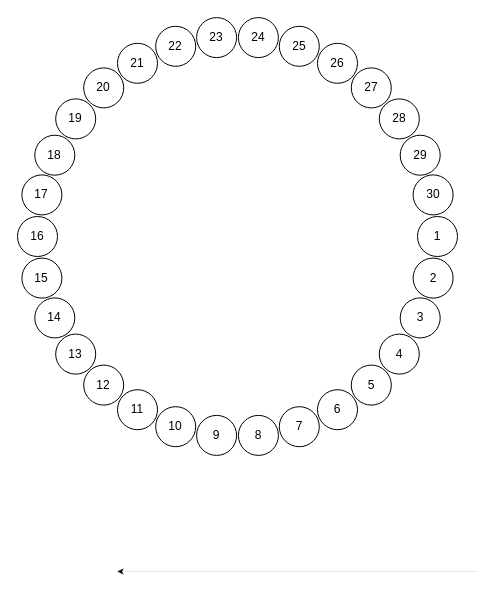
Above: leaf.drawio in roleecorn/drawio (draw.io), before the change. Source tidied: cells renumbered, new cells numbered last; positions are measured from the earlier drawing's top-left corner, leaving out a move shared by most shapes. Both pictures are drawn from the tidied source at 100%, with x=0, y=0 at pixel (17, 17).
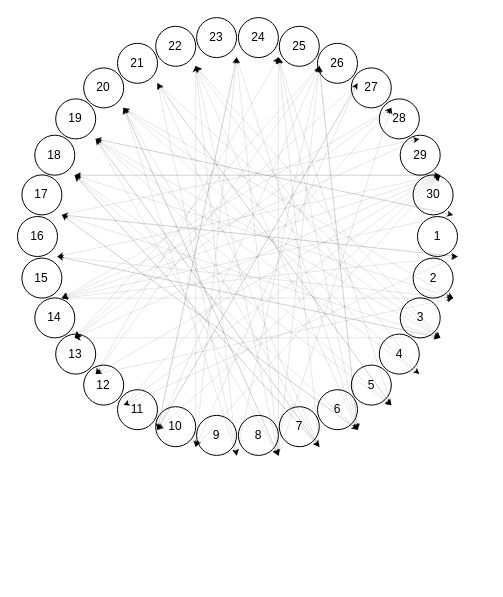
The same diagram, later.

Change to the diagram source:
```diff
@@
-    <mxCell id="33" style="endArrow=classic;html=1;rounded=0;strokeWidth=0;" parent="1" edge="1">
-      <mxGeometry relative="1" as="geometry">
-        <mxPoint x="460" y="554" as="sourcePoint" />
-        <mxPoint x="100" y="554" as="targetPoint" />
-      </mxGeometry>
-    </mxCell>
+    <mxCell id="34" style="endArrow=classic;html=1;rounded=0;strokeWidth=0;" parent="1" edge="1">
+      <mxGeometry relative="1" as="geometry">
+        <mxPoint x="440" y="239" as="sourcePoint" />
+        <mxPoint x="44.4" y="197.4" as="targetPoint" />
+      </mxGeometry>
+    </mxCell>
+    <mxCell id="35" style="endArrow=classic;html=1;rounded=0;strokeWidth=0;" parent="1" edge="1">
+      <mxGeometry relative="1" as="geometry">
+        <mxPoint x="440" y="239" as="sourcePoint" />
+        <mxPoint x="106.2" y="387.6" as="targetPoint" />
+      </mxGeometry>
+    </mxCell>
+    <mxCell id="36" style="endArrow=classic;html=1;rounded=0;strokeWidth=0;" parent="1" edge="1">
+      <mxGeometry relative="1" as="geometry">
+        <mxPoint x="435.6" y="280.6" as="sourcePoint" />
+        <mxPoint x="57.3" y="157.7" as="targetPoint" />
+      </mxGeometry>
+    </mxCell>
+    <mxCell id="37" style="endArrow=classic;html=1;rounded=0;strokeWidth=0;" parent="1" edge="1">
+      <mxGeometry relative="1" as="geometry">
+        <mxPoint x="422.7" y="320.3" as="sourcePoint" />
+        <mxPoint x="106.2" y="90.4" as="targetPoint" />
+      </mxGeometry>
+    </mxCell>
+    <mxCell id="38" style="endArrow=classic;html=1;rounded=0;strokeWidth=0;" parent="1" edge="1">
+      <mxGeometry relative="1" as="geometry">
+        <mxPoint x="422.7" y="320.3" as="sourcePoint" />
+        <mxPoint x="40" y="239" as="targetPoint" />
+      </mxGeometry>
+    </mxCell>
+    <mxCell id="39" style="endArrow=classic;html=1;rounded=0;strokeWidth=0;" parent="1" edge="1">
+      <mxGeometry relative="1" as="geometry">
+        <mxPoint x="422.7" y="320.3" as="sourcePoint" />
+        <mxPoint x="178.2" y="48.8" as="targetPoint" />
+      </mxGeometry>
+    </mxCell>
+    <mxCell id="40" style="endArrow=classic;html=1;rounded=0;strokeWidth=0;" parent="1" edge="1">
+      <mxGeometry relative="1" as="geometry">
+        <mxPoint x="422.7" y="320.3" as="sourcePoint" />
+        <mxPoint x="57.3" y="320.3" as="targetPoint" />
+      </mxGeometry>
+    </mxCell>
+    <mxCell id="41" style="endArrow=classic;html=1;rounded=0;strokeWidth=0;" parent="1" edge="1">
+      <mxGeometry relative="1" as="geometry">
+        <mxPoint x="401.8" y="356.6" as="sourcePoint" />
+        <mxPoint x="78.2" y="121.4" as="targetPoint" />
+      </mxGeometry>
+    </mxCell>
+    <mxCell id="42" style="endArrow=classic;html=1;rounded=0;strokeWidth=0;" parent="1" edge="1">
+      <mxGeometry relative="1" as="geometry">
+        <mxPoint x="401.8" y="356.6" as="sourcePoint" />
+        <mxPoint x="178.2" y="48.8" as="targetPoint" />
+      </mxGeometry>
+    </mxCell>
+    <mxCell id="43" style="endArrow=classic;html=1;rounded=0;strokeWidth=0;" parent="1" edge="1">
+      <mxGeometry relative="1" as="geometry">
+        <mxPoint x="373.8" y="387.6" as="sourcePoint" />
+        <mxPoint x="140" y="65.8" as="targetPoint" />
+      </mxGeometry>
+    </mxCell>
+    <mxCell id="44" style="endArrow=classic;html=1;rounded=0;strokeWidth=0;" parent="1" edge="1">
+      <mxGeometry relative="1" as="geometry">
+        <mxPoint x="373.8" y="387.6" as="sourcePoint" />
+        <mxPoint x="260.9" y="40.1" as="targetPoint" />
+      </mxGeometry>
+    </mxCell>
+    <mxCell id="45" style="endArrow=classic;html=1;rounded=0;strokeWidth=0;" parent="1" edge="1">
+      <mxGeometry relative="1" as="geometry">
+        <mxPoint x="340" y="412.2" as="sourcePoint" />
+        <mxPoint x="260.9" y="40.1" as="targetPoint" />
+      </mxGeometry>
+    </mxCell>
+    <mxCell id="46" style="endArrow=classic;html=1;rounded=0;strokeWidth=0;" parent="1" edge="1">
+      <mxGeometry relative="1" as="geometry">
+        <mxPoint x="340" y="412.2" as="sourcePoint" />
+        <mxPoint x="57.3" y="157.7" as="targetPoint" />
+      </mxGeometry>
+    </mxCell>
+    <mxCell id="47" style="endArrow=classic;html=1;rounded=0;strokeWidth=0;" parent="1" edge="1">
+      <mxGeometry relative="1" as="geometry">
+        <mxPoint x="340" y="412.2" as="sourcePoint" />
+        <mxPoint x="301.8" y="48.8" as="targetPoint" />
+      </mxGeometry>
+    </mxCell>
+    <mxCell id="48" style="endArrow=classic;html=1;rounded=0;strokeWidth=0;" parent="1" edge="1">
+      <mxGeometry relative="1" as="geometry">
+        <mxPoint x="340" y="412.2" as="sourcePoint" />
+        <mxPoint x="44.4" y="197.4" as="targetPoint" />
+      </mxGeometry>
+    </mxCell>
+    <mxCell id="49" style="endArrow=classic;html=1;rounded=0;strokeWidth=0;" parent="1" edge="1">
+      <mxGeometry relative="1" as="geometry">
+        <mxPoint x="301.8" y="429.2" as="sourcePoint" />
+        <mxPoint x="140" y="65.8" as="targetPoint" />
+      </mxGeometry>
+    </mxCell>
+    <mxCell id="50" style="endArrow=classic;html=1;rounded=0;strokeWidth=0;" parent="1" edge="1">
+      <mxGeometry relative="1" as="geometry">
+        <mxPoint x="301.8" y="429.2" as="sourcePoint" />
+        <mxPoint x="260.9" y="40.1" as="targetPoint" />
+      </mxGeometry>
+    </mxCell>
+    <mxCell id="51" style="endArrow=classic;html=1;rounded=0;strokeWidth=0;" parent="1" edge="1">
+      <mxGeometry relative="1" as="geometry">
+        <mxPoint x="301.8" y="429.2" as="sourcePoint" />
+        <mxPoint x="106.2" y="90.4" as="targetPoint" />
+      </mxGeometry>
+    </mxCell>
+    <mxCell id="52" style="endArrow=classic;html=1;rounded=0;strokeWidth=0;" parent="1" edge="1">
+      <mxGeometry relative="1" as="geometry">
+        <mxPoint x="301.8" y="429.2" as="sourcePoint" />
+        <mxPoint x="78.2" y="121.4" as="targetPoint" />
+      </mxGeometry>
+    </mxCell>
+    <mxCell id="53" style="endArrow=classic;html=1;rounded=0;strokeWidth=0;" parent="1" edge="1">
+      <mxGeometry relative="1" as="geometry">
+        <mxPoint x="301.8" y="429.2" as="sourcePoint" />
+        <mxPoint x="57.3" y="157.7" as="targetPoint" />
+      </mxGeometry>
+    </mxCell>
+    <mxCell id="54" style="endArrow=classic;html=1;rounded=0;strokeWidth=0;" parent="1" edge="1">
+      <mxGeometry relative="1" as="geometry">
+        <mxPoint x="260.9" y="437.9" as="sourcePoint" />
+        <mxPoint x="219.1" y="40.1" as="targetPoint" />
+      </mxGeometry>
+    </mxCell>
+    <mxCell id="55" style="endArrow=classic;html=1;rounded=0;strokeWidth=0;" parent="1" edge="1">
+      <mxGeometry relative="1" as="geometry">
+        <mxPoint x="260.9" y="437.9" as="sourcePoint" />
+        <mxPoint x="260.9" y="40.1" as="targetPoint" />
+      </mxGeometry>
+    </mxCell>
+    <mxCell id="56" style="endArrow=classic;html=1;rounded=0;strokeWidth=0;" parent="1" edge="1">
+      <mxGeometry relative="1" as="geometry">
+        <mxPoint x="260.9" y="437.9" as="sourcePoint" />
+        <mxPoint x="301.8" y="48.8" as="targetPoint" />
+      </mxGeometry>
+    </mxCell>
+    <mxCell id="57" style="endArrow=classic;html=1;rounded=0;strokeWidth=0;" parent="1" edge="1">
+      <mxGeometry relative="1" as="geometry">
+        <mxPoint x="260.9" y="437.9" as="sourcePoint" />
+        <mxPoint x="106.2" y="90.4" as="targetPoint" />
+      </mxGeometry>
+    </mxCell>
+    <mxCell id="58" style="endArrow=classic;html=1;rounded=0;strokeWidth=0;" parent="1" edge="1">
+      <mxGeometry relative="1" as="geometry">
+        <mxPoint x="260.9" y="437.9" as="sourcePoint" />
+        <mxPoint x="373.8" y="90.4" as="targetPoint" />
+      </mxGeometry>
+    </mxCell>
+    <mxCell id="59" style="endArrow=classic;html=1;rounded=0;strokeWidth=0;" parent="1" edge="1">
+      <mxGeometry relative="1" as="geometry">
+        <mxPoint x="219.1" y="437.9" as="sourcePoint" />
+        <mxPoint x="301.8" y="48.8" as="targetPoint" />
+      </mxGeometry>
+    </mxCell>
+    <mxCell id="60" style="endArrow=classic;html=1;rounded=0;strokeWidth=0;" parent="1" edge="1">
+      <mxGeometry relative="1" as="geometry">
+        <mxPoint x="219.1" y="437.9" as="sourcePoint" />
+        <mxPoint x="106.2" y="90.4" as="targetPoint" />
+      </mxGeometry>
+    </mxCell>
+    <mxCell id="61" style="endArrow=classic;html=1;rounded=0;strokeWidth=0;" parent="1" edge="1">
+      <mxGeometry relative="1" as="geometry">
+        <mxPoint x="178.2" y="429.2" as="sourcePoint" />
+        <mxPoint x="178.2" y="48.8" as="targetPoint" />
+      </mxGeometry>
+    </mxCell>
+    <mxCell id="62" style="endArrow=classic;html=1;rounded=0;strokeWidth=0;" parent="1" edge="1">
+      <mxGeometry relative="1" as="geometry">
+        <mxPoint x="178.2" y="429.2" as="sourcePoint" />
+        <mxPoint x="422.7" y="157.7" as="targetPoint" />
+      </mxGeometry>
+    </mxCell>
+    <mxCell id="63" style="endArrow=classic;html=1;rounded=0;strokeWidth=0;" parent="1" edge="1">
+      <mxGeometry relative="1" as="geometry">
+        <mxPoint x="140" y="412.2" as="sourcePoint" />
+        <mxPoint x="340" y="65.8" as="targetPoint" />
+      </mxGeometry>
+    </mxCell>
+    <mxCell id="64" style="endArrow=classic;html=1;rounded=0;strokeWidth=0;" parent="1" edge="1">
+      <mxGeometry relative="1" as="geometry">
+        <mxPoint x="140" y="412.2" as="sourcePoint" />
+        <mxPoint x="301.8" y="48.8" as="targetPoint" />
+      </mxGeometry>
+    </mxCell>
+    <mxCell id="65" style="endArrow=classic;html=1;rounded=0;strokeWidth=0;" parent="1" edge="1">
+      <mxGeometry relative="1" as="geometry">
+        <mxPoint x="140" y="412.2" as="sourcePoint" />
+        <mxPoint x="219.1" y="40.1" as="targetPoint" />
+      </mxGeometry>
+    </mxCell>
+    <mxCell id="66" style="endArrow=classic;html=1;rounded=0;strokeWidth=0;" parent="1" edge="1">
+      <mxGeometry relative="1" as="geometry">
+        <mxPoint x="106.2" y="387.6" as="sourcePoint" />
+        <mxPoint x="373.8" y="90.4" as="targetPoint" />
+      </mxGeometry>
+    </mxCell>
+    <mxCell id="67" style="endArrow=classic;html=1;rounded=0;strokeWidth=0;" parent="1" edge="1">
+      <mxGeometry relative="1" as="geometry">
+        <mxPoint x="106.2" y="387.6" as="sourcePoint" />
+        <mxPoint x="422.7" y="157.7" as="targetPoint" />
+      </mxGeometry>
+    </mxCell>
+    <mxCell id="68" style="endArrow=classic;html=1;rounded=0;strokeWidth=0;" parent="1" edge="1">
+      <mxGeometry relative="1" as="geometry">
+        <mxPoint x="78.2" y="356.6" as="sourcePoint" />
+        <mxPoint x="435.6" y="280.6" as="targetPoint" />
+      </mxGeometry>
+    </mxCell>
+    <mxCell id="69" style="endArrow=classic;html=1;rounded=0;strokeWidth=0;" parent="1" edge="1">
+      <mxGeometry relative="1" as="geometry">
+        <mxPoint x="78.2" y="356.6" as="sourcePoint" />
+        <mxPoint x="260.9" y="40.1" as="targetPoint" />
+      </mxGeometry>
+    </mxCell>
+    <mxCell id="70" style="endArrow=classic;html=1;rounded=0;strokeWidth=0;" parent="1" edge="1">
+      <mxGeometry relative="1" as="geometry">
+        <mxPoint x="57.3" y="320.3" as="sourcePoint" />
+        <mxPoint x="422.7" y="157.7" as="targetPoint" />
+      </mxGeometry>
+    </mxCell>
+    <mxCell id="71" style="endArrow=classic;html=1;rounded=0;strokeWidth=0;" parent="1" edge="1">
+      <mxGeometry relative="1" as="geometry">
+        <mxPoint x="44.4" y="280.6" as="sourcePoint" />
+        <mxPoint x="440" y="239" as="targetPoint" />
+      </mxGeometry>
+    </mxCell>
+    <mxCell id="72" style="endArrow=classic;html=1;rounded=0;strokeWidth=0;" parent="1" edge="1">
+      <mxGeometry relative="1" as="geometry">
+        <mxPoint x="44.4" y="280.6" as="sourcePoint" />
+        <mxPoint x="435.6" y="280.6" as="targetPoint" />
+      </mxGeometry>
+    </mxCell>
+    <mxCell id="73" style="endArrow=classic;html=1;rounded=0;strokeWidth=0;" parent="1" edge="1">
+      <mxGeometry relative="1" as="geometry">
+        <mxPoint x="40" y="239" as="sourcePoint" />
+        <mxPoint x="435.6" y="280.6" as="targetPoint" />
+      </mxGeometry>
+    </mxCell>
+    <mxCell id="74" style="endArrow=classic;html=1;rounded=0;strokeWidth=0;" parent="1" edge="1">
+      <mxGeometry relative="1" as="geometry">
+        <mxPoint x="40" y="239" as="sourcePoint" />
+        <mxPoint x="422.7" y="320.3" as="targetPoint" />
+      </mxGeometry>
+    </mxCell>
+    <mxCell id="75" style="endArrow=classic;html=1;rounded=0;strokeWidth=0;" parent="1" edge="1">
+      <mxGeometry relative="1" as="geometry">
+        <mxPoint x="44.4" y="197.4" as="sourcePoint" />
+        <mxPoint x="440" y="239" as="targetPoint" />
+      </mxGeometry>
+    </mxCell>
+    <mxCell id="76" style="endArrow=classic;html=1;rounded=0;strokeWidth=0;" parent="1" edge="1">
+      <mxGeometry relative="1" as="geometry">
+        <mxPoint x="44.4" y="197.4" as="sourcePoint" />
+        <mxPoint x="422.7" y="320.3" as="targetPoint" />
+      </mxGeometry>
+    </mxCell>
+    <mxCell id="77" style="endArrow=classic;html=1;rounded=0;strokeWidth=0;" parent="1" edge="1">
+      <mxGeometry relative="1" as="geometry">
+        <mxPoint x="44.4" y="197.4" as="sourcePoint" />
+        <mxPoint x="401.8" y="121.4" as="targetPoint" />
+      </mxGeometry>
+    </mxCell>
+    <mxCell id="78" style="endArrow=classic;html=1;rounded=0;strokeWidth=0;" parent="1" edge="1">
+      <mxGeometry relative="1" as="geometry">
+        <mxPoint x="44.4" y="197.4" as="sourcePoint" />
+        <mxPoint x="340" y="412.2" as="targetPoint" />
+      </mxGeometry>
+    </mxCell>
+    <mxCell id="79" style="endArrow=classic;html=1;rounded=0;strokeWidth=0;" parent="1" edge="1">
+      <mxGeometry relative="1" as="geometry">
+        <mxPoint x="57.3" y="157.7" as="sourcePoint" />
+        <mxPoint x="373.8" y="387.6" as="targetPoint" />
+      </mxGeometry>
+    </mxCell>
+    <mxCell id="80" style="endArrow=classic;html=1;rounded=0;strokeWidth=0;" parent="1" edge="1">
+      <mxGeometry relative="1" as="geometry">
+        <mxPoint x="57.3" y="157.7" as="sourcePoint" />
+        <mxPoint x="301.8" y="429.2" as="targetPoint" />
+      </mxGeometry>
+    </mxCell>
+    <mxCell id="81" style="endArrow=classic;html=1;rounded=0;strokeWidth=0;" parent="1" edge="1">
+      <mxGeometry relative="1" as="geometry">
+        <mxPoint x="57.3" y="157.7" as="sourcePoint" />
+        <mxPoint x="422.7" y="157.7" as="targetPoint" />
+      </mxGeometry>
+    </mxCell>
+    <mxCell id="82" style="endArrow=classic;html=1;rounded=0;strokeWidth=0;" parent="1" edge="1">
+      <mxGeometry relative="1" as="geometry">
+        <mxPoint x="78.2" y="121.4" as="sourcePoint" />
+        <mxPoint x="373.8" y="387.6" as="targetPoint" />
+      </mxGeometry>
+    </mxCell>
+    <mxCell id="83" style="endArrow=classic;html=1;rounded=0;strokeWidth=0;" parent="1" edge="1">
+      <mxGeometry relative="1" as="geometry">
+        <mxPoint x="78.2" y="121.4" as="sourcePoint" />
+        <mxPoint x="422.7" y="320.3" as="targetPoint" />
+      </mxGeometry>
+    </mxCell>
+    <mxCell id="84" style="endArrow=classic;html=1;rounded=0;strokeWidth=0;" parent="1" edge="1">
+      <mxGeometry relative="1" as="geometry">
+        <mxPoint x="78.2" y="121.4" as="sourcePoint" />
+        <mxPoint x="301.8" y="429.2" as="targetPoint" />
+      </mxGeometry>
+    </mxCell>
+    <mxCell id="85" style="endArrow=classic;html=1;rounded=0;strokeWidth=0;" parent="1" edge="1">
+      <mxGeometry relative="1" as="geometry">
+        <mxPoint x="78.2" y="121.4" as="sourcePoint" />
+        <mxPoint x="435.6" y="197.4" as="targetPoint" />
+      </mxGeometry>
+    </mxCell>
+    <mxCell id="86" style="endArrow=classic;html=1;rounded=0;strokeWidth=0;" parent="1" edge="1">
+      <mxGeometry relative="1" as="geometry">
+        <mxPoint x="78.2" y="121.4" as="sourcePoint" />
+        <mxPoint x="260.9" y="437.9" as="targetPoint" />
+      </mxGeometry>
+    </mxCell>
+    <mxCell id="87" style="endArrow=classic;html=1;rounded=0;strokeWidth=0;" parent="1" edge="1">
+      <mxGeometry relative="1" as="geometry">
+        <mxPoint x="106.2" y="90.4" as="sourcePoint" />
+        <mxPoint x="401.8" y="356.6" as="targetPoint" />
+      </mxGeometry>
+    </mxCell>
+    <mxCell id="88" style="endArrow=classic;html=1;rounded=0;strokeWidth=0;" parent="1" edge="1">
+      <mxGeometry relative="1" as="geometry">
+        <mxPoint x="106.2" y="90.4" as="sourcePoint" />
+        <mxPoint x="260.9" y="437.9" as="targetPoint" />
+      </mxGeometry>
+    </mxCell>
+    <mxCell id="89" style="endArrow=classic;html=1;rounded=0;strokeWidth=0;" parent="1" edge="1">
+      <mxGeometry relative="1" as="geometry">
+        <mxPoint x="106.2" y="90.4" as="sourcePoint" />
+        <mxPoint x="435.6" y="280.6" as="targetPoint" />
+      </mxGeometry>
+    </mxCell>
+    <mxCell id="90" style="endArrow=classic;html=1;rounded=0;strokeWidth=0;" parent="1" edge="1">
+      <mxGeometry relative="1" as="geometry">
+        <mxPoint x="140" y="65.8" as="sourcePoint" />
+        <mxPoint x="373.8" y="387.6" as="targetPoint" />
+      </mxGeometry>
+    </mxCell>
+    <mxCell id="91" style="endArrow=classic;html=1;rounded=0;strokeWidth=0;" parent="1" edge="1">
+      <mxGeometry relative="1" as="geometry">
+        <mxPoint x="140" y="65.8" as="sourcePoint" />
+        <mxPoint x="219.1" y="437.9" as="targetPoint" />
+      </mxGeometry>
+    </mxCell>
+    <mxCell id="92" style="endArrow=classic;html=1;rounded=0;strokeWidth=0;" parent="1" edge="1">
+      <mxGeometry relative="1" as="geometry">
+        <mxPoint x="140" y="65.8" as="sourcePoint" />
+        <mxPoint x="422.7" y="320.3" as="targetPoint" />
+      </mxGeometry>
+    </mxCell>
+    <mxCell id="93" style="endArrow=classic;html=1;rounded=0;strokeWidth=0;" parent="1" edge="1">
+      <mxGeometry relative="1" as="geometry">
+        <mxPoint x="178.2" y="48.8" as="sourcePoint" />
+        <mxPoint x="260.9" y="437.9" as="targetPoint" />
+      </mxGeometry>
+    </mxCell>
+    <mxCell id="94" style="endArrow=classic;html=1;rounded=0;strokeWidth=0;" parent="1" edge="1">
+      <mxGeometry relative="1" as="geometry">
+        <mxPoint x="178.2" y="48.8" as="sourcePoint" />
+        <mxPoint x="340" y="412.2" as="targetPoint" />
+      </mxGeometry>
+    </mxCell>
+    <mxCell id="95" style="endArrow=classic;html=1;rounded=0;strokeWidth=0;" parent="1" edge="1">
+      <mxGeometry relative="1" as="geometry">
+        <mxPoint x="178.2" y="48.8" as="sourcePoint" />
+        <mxPoint x="219.1" y="437.9" as="targetPoint" />
+      </mxGeometry>
+    </mxCell>
+    <mxCell id="96" style="endArrow=classic;html=1;rounded=0;strokeWidth=0;" parent="1" edge="1">
+      <mxGeometry relative="1" as="geometry">
+        <mxPoint x="219.1" y="40.1" as="sourcePoint" />
+        <mxPoint x="178.2" y="429.2" as="targetPoint" />
+      </mxGeometry>
+    </mxCell>
+    <mxCell id="97" style="endArrow=classic;html=1;rounded=0;strokeWidth=0;" parent="1" edge="1">
+      <mxGeometry relative="1" as="geometry">
+        <mxPoint x="219.1" y="40.1" as="sourcePoint" />
+        <mxPoint x="340" y="412.2" as="targetPoint" />
+      </mxGeometry>
+    </mxCell>
+    <mxCell id="98" style="endArrow=classic;html=1;rounded=0;strokeWidth=0;" parent="1" edge="1">
+      <mxGeometry relative="1" as="geometry">
+        <mxPoint x="219.1" y="40.1" as="sourcePoint" />
+        <mxPoint x="140" y="412.2" as="targetPoint" />
+      </mxGeometry>
+    </mxCell>
+    <mxCell id="99" style="endArrow=classic;html=1;rounded=0;strokeWidth=0;" parent="1" edge="1">
+      <mxGeometry relative="1" as="geometry">
+        <mxPoint x="301.8" y="48.8" as="sourcePoint" />
+        <mxPoint x="78.2" y="356.6" as="targetPoint" />
+      </mxGeometry>
+    </mxCell>
+    <mxCell id="100" style="endArrow=classic;html=1;rounded=0;strokeWidth=0;" parent="1" edge="1">
+      <mxGeometry relative="1" as="geometry">
+        <mxPoint x="301.8" y="48.8" as="sourcePoint" />
+        <mxPoint x="57.3" y="320.3" as="targetPoint" />
+      </mxGeometry>
+    </mxCell>
+    <mxCell id="101" style="endArrow=classic;html=1;rounded=0;strokeWidth=0;" parent="1" edge="1">
+      <mxGeometry relative="1" as="geometry">
+        <mxPoint x="301.8" y="48.8" as="sourcePoint" />
+        <mxPoint x="340" y="412.2" as="targetPoint" />
+      </mxGeometry>
+    </mxCell>
+    <mxCell id="102" style="endArrow=classic;html=1;rounded=0;strokeWidth=0;" parent="1" edge="1">
+      <mxGeometry relative="1" as="geometry">
+        <mxPoint x="340" y="65.8" as="sourcePoint" />
+        <mxPoint x="140" y="412.2" as="targetPoint" />
+      </mxGeometry>
+    </mxCell>
+    <mxCell id="103" style="endArrow=classic;html=1;rounded=0;strokeWidth=0;" parent="1" edge="1">
+      <mxGeometry relative="1" as="geometry">
+        <mxPoint x="340" y="65.8" as="sourcePoint" />
+        <mxPoint x="178.2" y="429.2" as="targetPoint" />
+      </mxGeometry>
+    </mxCell>
+    <mxCell id="104" style="endArrow=classic;html=1;rounded=0;strokeWidth=0;" parent="1" edge="1">
+      <mxGeometry relative="1" as="geometry">
+        <mxPoint x="340" y="65.8" as="sourcePoint" />
+        <mxPoint x="57.3" y="320.3" as="targetPoint" />
+      </mxGeometry>
+    </mxCell>
+    <mxCell id="105" style="endArrow=classic;html=1;rounded=0;strokeWidth=0;" parent="1" edge="1">
+      <mxGeometry relative="1" as="geometry">
+        <mxPoint x="373.8" y="90.4" as="sourcePoint" />
+        <mxPoint x="57.3" y="320.3" as="targetPoint" />
+      </mxGeometry>
+    </mxCell>
+    <mxCell id="106" style="endArrow=classic;html=1;rounded=0;strokeWidth=0;" parent="1" edge="1">
+      <mxGeometry relative="1" as="geometry">
+        <mxPoint x="373.8" y="90.4" as="sourcePoint" />
+        <mxPoint x="44.4" y="280.6" as="targetPoint" />
+      </mxGeometry>
+    </mxCell>
+    <mxCell id="107" style="endArrow=classic;html=1;rounded=0;strokeWidth=0;" parent="1" edge="1">
+      <mxGeometry relative="1" as="geometry">
+        <mxPoint x="401.8" y="121.4" as="sourcePoint" />
+        <mxPoint x="44.4" y="280.6" as="targetPoint" />
+      </mxGeometry>
+    </mxCell>
+    <mxCell id="108" style="endArrow=classic;html=1;rounded=0;strokeWidth=0;" parent="1" edge="1">
+      <mxGeometry relative="1" as="geometry">
+        <mxPoint x="422.7" y="157.7" as="sourcePoint" />
+        <mxPoint x="44.4" y="280.6" as="targetPoint" />
+      </mxGeometry>
+    </mxCell>
+    <mxCell id="109" style="endArrow=classic;html=1;rounded=0;strokeWidth=0;" parent="1" edge="1">
+      <mxGeometry relative="1" as="geometry">
+        <mxPoint x="422.7" y="157.7" as="sourcePoint" />
+        <mxPoint x="78.2" y="356.6" as="targetPoint" />
+      </mxGeometry>
+    </mxCell>
+    <mxCell id="110" style="endArrow=classic;html=1;rounded=0;strokeWidth=0;" parent="1" edge="1">
+      <mxGeometry relative="1" as="geometry">
+        <mxPoint x="422.7" y="157.7" as="sourcePoint" />
+        <mxPoint x="40" y="239" as="targetPoint" />
+      </mxGeometry>
+    </mxCell>
+    <mxCell id="111" style="endArrow=classic;html=1;rounded=0;strokeWidth=0;" parent="1" edge="1">
+      <mxGeometry relative="1" as="geometry">
+        <mxPoint x="422.7" y="157.7" as="sourcePoint" />
+        <mxPoint x="140" y="412.2" as="targetPoint" />
+      </mxGeometry>
+    </mxCell>
+    <mxCell id="112" style="endArrow=classic;html=1;rounded=0;strokeWidth=0;" parent="1" edge="1">
+      <mxGeometry relative="1" as="geometry">
+        <mxPoint x="422.7" y="157.7" as="sourcePoint" />
+        <mxPoint x="57.3" y="157.7" as="targetPoint" />
+      </mxGeometry>
+    </mxCell>
+    <mxCell id="113" style="endArrow=classic;html=1;rounded=0;strokeWidth=0;" parent="1" edge="1">
+      <mxGeometry relative="1" as="geometry">
+        <mxPoint x="435.6" y="197.4" as="sourcePoint" />
+        <mxPoint x="44.4" y="280.6" as="targetPoint" />
+      </mxGeometry>
+    </mxCell>
+    <mxCell id="114" style="endArrow=classic;html=1;rounded=0;strokeWidth=0;" parent="1" edge="1">
+      <mxGeometry relative="1" as="geometry">
+        <mxPoint x="435.6" y="197.4" as="sourcePoint" />
+        <mxPoint x="78.2" y="121.4" as="targetPoint" />
+      </mxGeometry>
+    </mxCell>
```
